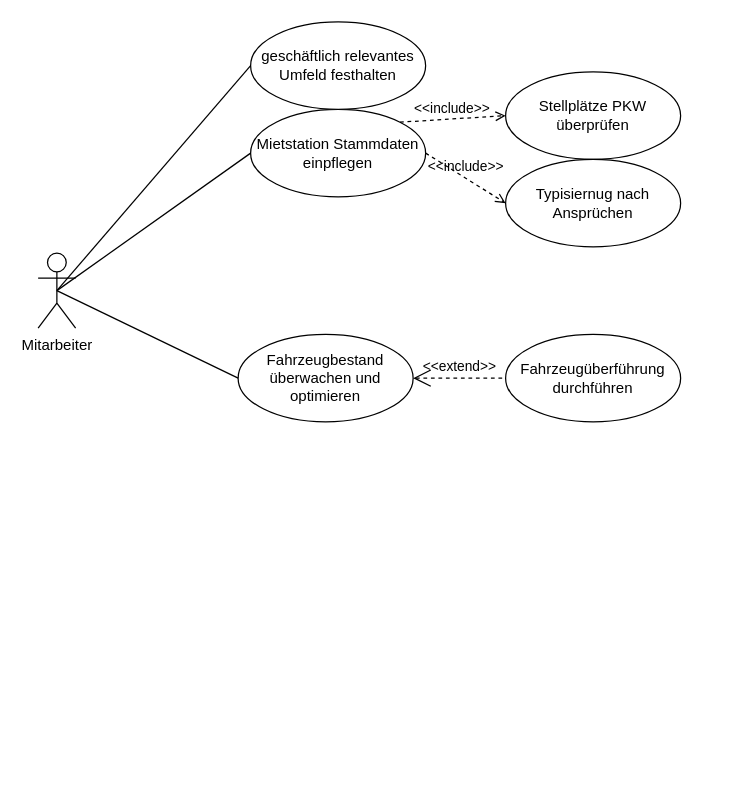
Earlier version of the draw.io diagram Eike/Geschaeftsanwendungsfall_Mietstationen.drawio (JanUwU42/SoftwareEngineeringProjektarbeit). Source tidied: cells renumbered, new cells numbered last; positions are measured from the earlier drawing's top-left corner, leaving out a move shared by most shapes. Both pictures are drawn from the tidied source at 125%, with x=0, y=0 at pixel (38, 21).
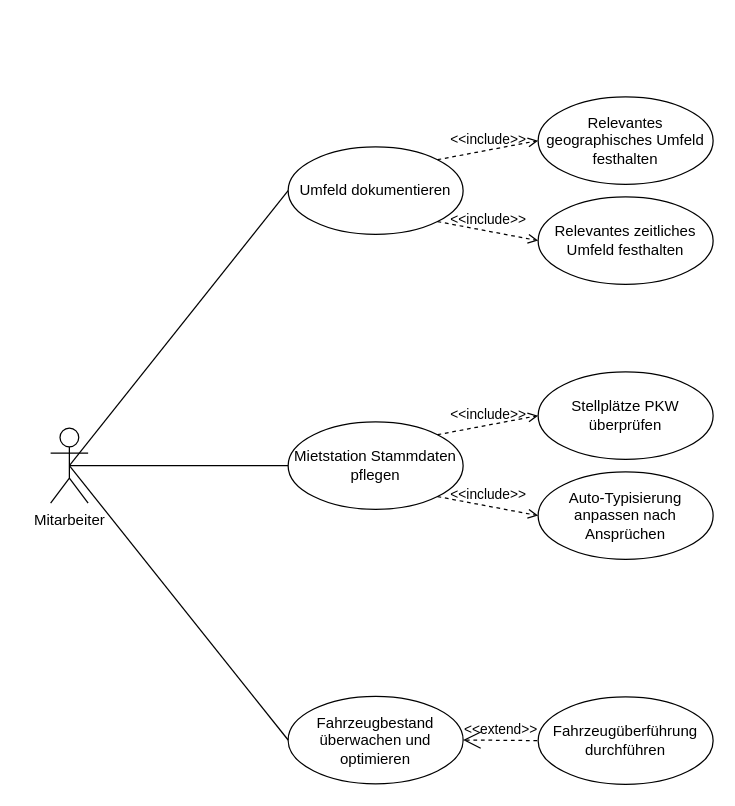
The same diagram, later.

The edit, as a diff of the source:
```diff
@@
 <mxGraphModel>
   <root>
     <mxCell id="0" />
     <mxCell id="1" parent="0" />
     <mxCell id="2" value="Mitarbeiter" style="shape=umlActor;html=1;verticalLabelPosition=bottom;verticalAlign=top;align=center;" parent="1" vertex="1">
-      <mxGeometry y="185" width="30" height="60" as="geometry" />
+      <mxGeometry x="10" y="325" width="30" height="60" as="geometry" />
     </mxCell>
-    <mxCell id="3" value="Mietstation Stammdaten einpflegen" style="ellipse;whiteSpace=wrap;html=1;" parent="1" vertex="1">
-      <mxGeometry x="170" y="70" width="140" height="70" as="geometry" />
+    <mxCell id="3" value="Mietstation Stammdaten pflegen" style="ellipse;whiteSpace=wrap;html=1;" parent="1" vertex="1">
+      <mxGeometry x="200" y="320" width="140" height="70" as="geometry" />
     </mxCell>
     <mxCell id="4" value="Fahrzeugbestand überwachen und optimieren" style="ellipse;whiteSpace=wrap;html=1;" parent="1" vertex="1">
-      <mxGeometry x="160" y="250" width="140" height="70" as="geometry" />
+      <mxGeometry x="200" y="539.5" width="140" height="70" as="geometry" />
     </mxCell>
     <mxCell id="5" value="Fahrzeugüberführung durchführen" style="ellipse;whiteSpace=wrap;html=1;" parent="1" vertex="1">
-      <mxGeometry x="374" y="250" width="140" height="70" as="geometry" />
+      <mxGeometry x="400" y="540" width="140" height="70" as="geometry" />
     </mxCell>
     <mxCell id="6" style="edgeStyle=none;html=1;endArrow=none;verticalAlign=bottom;rounded=0;exitX=0.5;exitY=0.5;exitDx=0;exitDy=0;exitPerimeter=0;entryX=0;entryY=0.5;entryDx=0;entryDy=0;" parent="1" edge="1" source="2" target="4">
       <mxGeometry relative="1" as="geometry" />
     </mxCell>
     <mxCell id="7" style="edgeStyle=none;html=1;endArrow=none;verticalAlign=bottom;rounded=0;exitX=0.5;exitY=0.5;exitDx=0;exitDy=0;exitPerimeter=0;entryX=0;entryY=0.5;entryDx=0;entryDy=0;" parent="1" edge="1" source="2" target="3">
       <mxGeometry relative="1" as="geometry" />
     </mxCell>
     <mxCell id="8" value="Stellplätze PKW überprüfen" style="ellipse;whiteSpace=wrap;html=1;" parent="1" vertex="1">
-      <mxGeometry x="374" y="40" width="140" height="70" as="geometry" />
+      <mxGeometry x="400" y="280" width="140" height="70" as="geometry" />
     </mxCell>
     <mxCell id="9" value="&amp;lt;&amp;lt;extend&amp;gt;&amp;gt;" style="edgeStyle=none;html=1;startArrow=open;endArrow=none;startSize=12;verticalAlign=bottom;dashed=1;labelBackgroundColor=none;rounded=0;exitX=1;exitY=0.5;exitDx=0;exitDy=0;entryX=0;entryY=0.5;entryDx=0;entryDy=0;" parent="1" edge="1" source="4" target="5">
       <mxGeometry relative="1" as="geometry" />
     </mxCell>
     <mxCell id="10" value="&amp;lt;&amp;lt;include&amp;gt;&amp;gt;" style="edgeStyle=none;html=1;endArrow=open;verticalAlign=bottom;dashed=1;labelBackgroundColor=none;rounded=0;exitX=1;exitY=0;exitDx=0;exitDy=0;entryX=0;entryY=0.5;entryDx=0;entryDy=0;" parent="1" edge="1" source="3" target="8">
       <mxGeometry relative="1" as="geometry" />
     </mxCell>
-    <mxCell id="11" value="geschäftlich relevantes Umfeld festhalten" style="ellipse;whiteSpace=wrap;html=1;" parent="1" vertex="1">
-      <mxGeometry x="170" width="140" height="70" as="geometry" />
+    <mxCell id="11" value="Umfeld dokumentieren" style="ellipse;whiteSpace=wrap;html=1;" parent="1" vertex="1">
+      <mxGeometry x="200" y="100" width="140" height="70" as="geometry" />
     </mxCell>
-    <mxCell id="12" value="Typisiernug nach Ansprüchen" style="ellipse;whiteSpace=wrap;html=1;" parent="1" vertex="1">
-      <mxGeometry x="374" y="110" width="140" height="70" as="geometry" />
+    <mxCell id="12" value="Auto-Typisierung anpassen nach Ansprüchen" style="ellipse;whiteSpace=wrap;html=1;" parent="1" vertex="1">
+      <mxGeometry x="400" y="360" width="140" height="70" as="geometry" />
     </mxCell>
     <mxCell id="13" style="edgeStyle=none;html=1;endArrow=none;verticalAlign=bottom;rounded=0;exitX=0.5;exitY=0.5;exitDx=0;exitDy=0;exitPerimeter=0;entryX=0;entryY=0.5;entryDx=0;entryDy=0;" parent="1" edge="1" source="2" target="11">
       <mxGeometry relative="1" as="geometry" />
     </mxCell>
-    <mxCell id="14" value="&amp;lt;&amp;lt;include&amp;gt;&amp;gt;" style="edgeStyle=none;html=1;endArrow=open;verticalAlign=bottom;dashed=1;labelBackgroundColor=none;rounded=0;exitX=1;exitY=0.5;exitDx=0;exitDy=0;entryX=0;entryY=0.5;entryDx=0;entryDy=0;" parent="1" edge="1" source="3" target="12">
+    <mxCell id="14" value="&amp;lt;&amp;lt;include&amp;gt;&amp;gt;" style="edgeStyle=none;html=1;endArrow=open;verticalAlign=bottom;dashed=1;labelBackgroundColor=none;rounded=0;exitX=1;exitY=1;exitDx=0;exitDy=0;entryX=0;entryY=0.5;entryDx=0;entryDy=0;" parent="1" edge="1" source="3" target="12">
       <mxGeometry relative="1" as="geometry" />
     </mxCell>
+    <mxCell id="15" value="Relevantes geographisches Umfeld festhalten" style="ellipse;whiteSpace=wrap;html=1;" parent="1" vertex="1">
+      <mxGeometry x="400" y="60" width="140" height="70" as="geometry" />
+    </mxCell>
+    <mxCell id="16" value="Relevantes zeitliches Umfeld festhalten" style="ellipse;whiteSpace=wrap;html=1;" parent="1" vertex="1">
+      <mxGeometry x="400" y="140" width="140" height="70" as="geometry" />
+    </mxCell>
+    <mxCell id="17" value="&amp;lt;&amp;lt;include&amp;gt;&amp;gt;" style="edgeStyle=none;html=1;endArrow=open;verticalAlign=bottom;dashed=1;labelBackgroundColor=none;rounded=0;exitX=1;exitY=1;exitDx=0;exitDy=0;entryX=0;entryY=0.5;entryDx=0;entryDy=0;" parent="1" edge="1" source="11" target="16">
+      <mxGeometry relative="1" as="geometry" />
+    </mxCell>
+    <mxCell id="18" value="&amp;lt;&amp;lt;include&amp;gt;&amp;gt;" style="edgeStyle=none;html=1;endArrow=open;verticalAlign=bottom;dashed=1;labelBackgroundColor=none;rounded=0;exitX=1;exitY=0;exitDx=0;exitDy=0;entryX=0;entryY=0.5;entryDx=0;entryDy=0;" parent="1" edge="1" source="11" target="15">
+      <mxGeometry relative="1" as="geometry" />
+    </mxCell>
   </root>
 </mxGraphModel>
```
